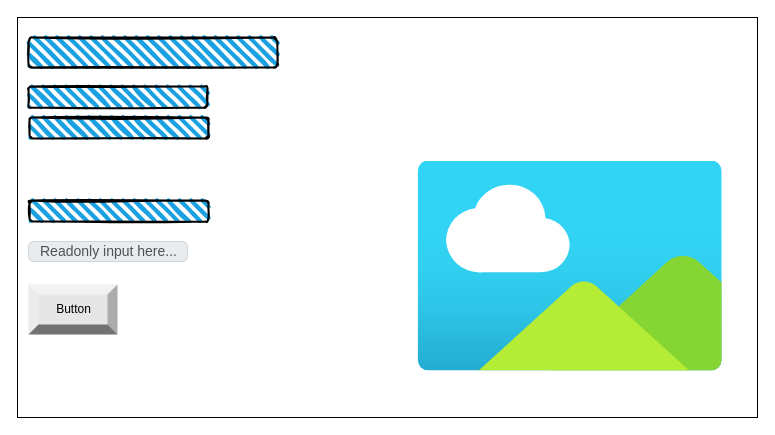
Above: page "Page-1" (1 of 2) of design/story-board.drawio in ekaterina-chernykh/ICS20-Unit-5-05 (draw.io), before the change. Source tidied: cells renumbered, new cells numbered last; positions are measured from the earlier drawing's top-left corner, leaving out a move shared by most shapes. Both pictures are drawn from the tidied source at 100%, with x=0, y=0 at pixel (17, 17).
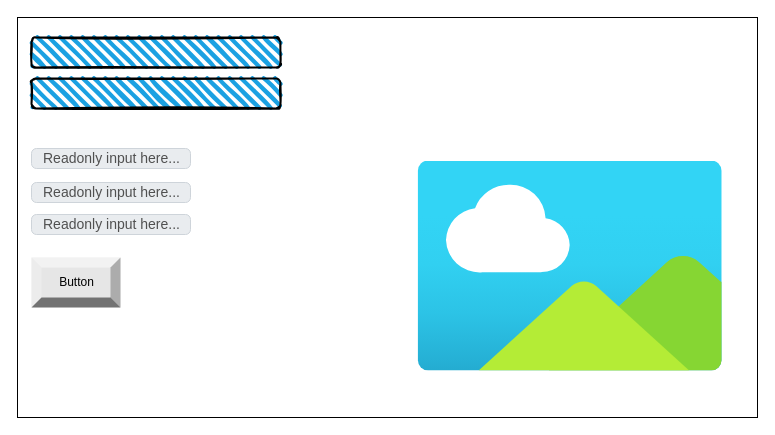
The same page after the edit.

Diff of the diagram source:
```diff
@@
 <mxGraphModel>
   <root>
     <mxCell id="0" />
     <mxCell id="1" parent="0" />
     <mxCell id="2" style="rounded=0;whiteSpace=wrap;html=1;" parent="1" vertex="1">
       <mxGeometry width="740" height="400" as="geometry" />
     </mxCell>
     <mxCell id="3" style="rounded=1;whiteSpace=wrap;html=1;strokeWidth=2;fillWeight=4;hachureGap=8;hachureAngle=45;fillColor=#1ba1e2;sketch=1;" parent="1" vertex="1">
-      <mxGeometry x="11" y="20" width="249" height="30" as="geometry" />
+      <mxGeometry x="14" y="20" width="249" height="30" as="geometry" />
     </mxCell>
-    <mxCell id="4" style="rounded=1;whiteSpace=wrap;html=1;strokeWidth=2;fillWeight=4;hachureGap=8;hachureAngle=45;fillColor=#1ba1e2;sketch=1;" parent="1" vertex="1">
-      <mxGeometry x="12" y="100" width="179" height="21" as="geometry" />
-    </mxCell>
-    <mxCell id="5" style="rounded=1;whiteSpace=wrap;html=1;strokeWidth=2;fillWeight=4;hachureGap=8;hachureAngle=45;fillColor=#1ba1e2;sketch=1;" parent="1" vertex="1">
-      <mxGeometry x="11" y="69" width="179" height="21" as="geometry" />
-    </mxCell>
-    <mxCell id="6" style="rounded=1;whiteSpace=wrap;html=1;strokeWidth=2;fillWeight=4;hachureGap=8;hachureAngle=45;fillColor=#1ba1e2;sketch=1;" parent="1" vertex="1">
-      <mxGeometry x="12" y="183" width="179" height="21" as="geometry" />
-    </mxCell>
     <mxCell id="7" value="Readonly input here..." style="html=1;shadow=0;dashed=0;shape=mxgraph.bootstrap.rrect;rSize=5;strokeColor=#CED4DA;strokeWidth=1;fillColor=#E9ECEF;fontColor=#505050;whiteSpace=wrap;align=left;verticalAlign=middle;spacingLeft=10;fontSize=14;" parent="1" vertex="1">
-      <mxGeometry x="11" y="224" width="159" height="20" as="geometry" />
+      <mxGeometry x="14" y="197" width="159" height="20" as="geometry" />
     </mxCell>
     <mxCell id="8" value="Button" style="labelPosition=center;verticalLabelPosition=middle;align=center;html=1;shape=mxgraph.basic.shaded_button;dx=10;fillColor=#E6E6E6;strokeColor=none;" parent="1" vertex="1">
-      <mxGeometry x="11" y="267" width="89" height="50" as="geometry" />
+      <mxGeometry x="14" y="240" width="89" height="50" as="geometry" />
     </mxCell>
     <mxCell id="9" style="html=1;align=center;image;fontSize=12;image=img/lib/azure2/general/Image.svg;fillColor=#BA6D07;" parent="1" vertex="1">
       <mxGeometry x="400" y="143.5" width="305.4" height="210" as="geometry" />
     </mxCell>
+    <mxCell id="10" style="rounded=1;whiteSpace=wrap;html=1;strokeWidth=2;fillWeight=4;hachureGap=8;hachureAngle=45;fillColor=#1ba1e2;sketch=1;" parent="1" vertex="1">
+      <mxGeometry x="14" y="61" width="249" height="30" as="geometry" />
+    </mxCell>
+    <mxCell id="11" value="Readonly input here..." style="html=1;shadow=0;dashed=0;shape=mxgraph.bootstrap.rrect;rSize=5;strokeColor=#CED4DA;strokeWidth=1;fillColor=#E9ECEF;fontColor=#505050;whiteSpace=wrap;align=left;verticalAlign=middle;spacingLeft=10;fontSize=14;" parent="1" vertex="1">
+      <mxGeometry x="14" y="165" width="159" height="20" as="geometry" />
+    </mxCell>
+    <mxCell id="12" value="Readonly input here..." style="html=1;shadow=0;dashed=0;shape=mxgraph.bootstrap.rrect;rSize=5;strokeColor=#CED4DA;strokeWidth=1;fillColor=#E9ECEF;fontColor=#505050;whiteSpace=wrap;align=left;verticalAlign=middle;spacingLeft=10;fontSize=14;" parent="1" vertex="1">
+      <mxGeometry x="14" y="131" width="159" height="20" as="geometry" />
+    </mxCell>
   </root>
 </mxGraphModel>
```
